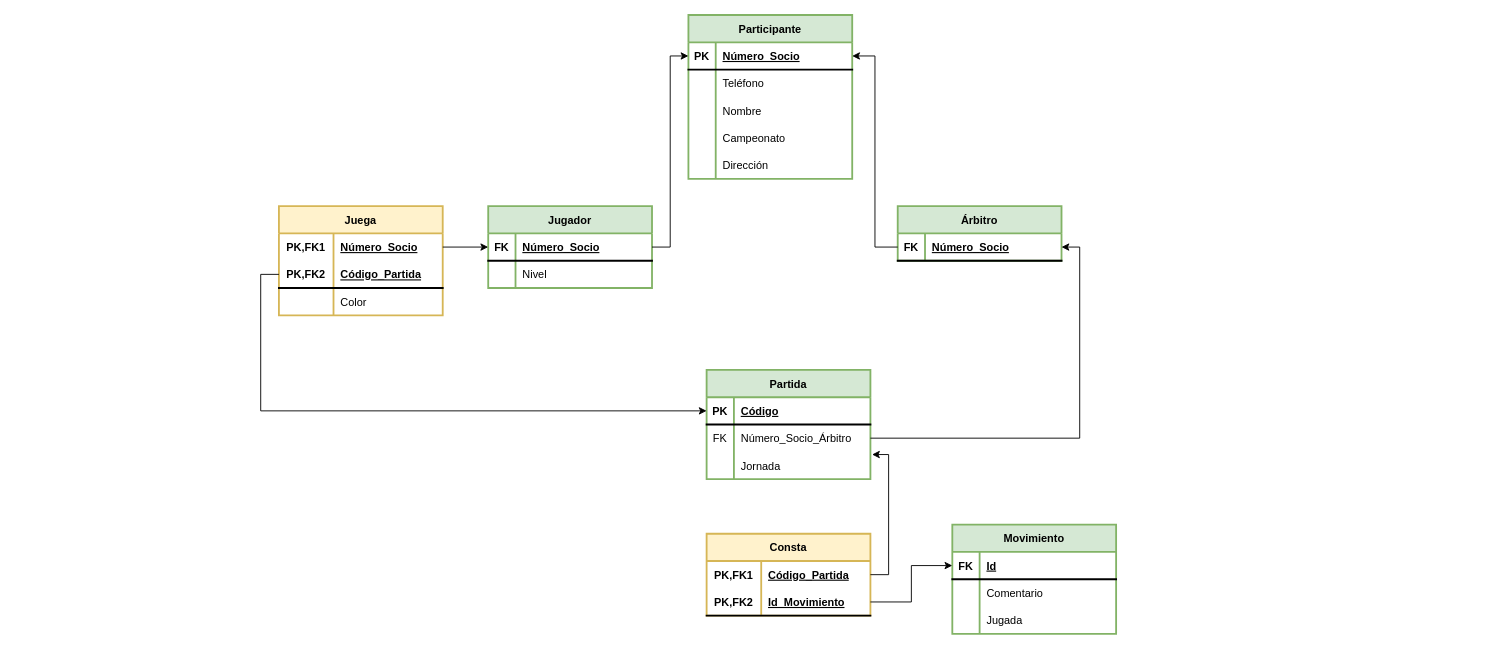
Before: Tablas/Tarea 9.drawio in Carball04/Trabajos-E-R, a draw.io diagram. Source tidied: cells renumbered, new cells numbered last; positions are measured from the earlier drawing's top-left corner, leaving out a move shared by most shapes. Both pictures are drawn from the tidied source at 91%, with x=0, y=0 at pixel (278, 15).
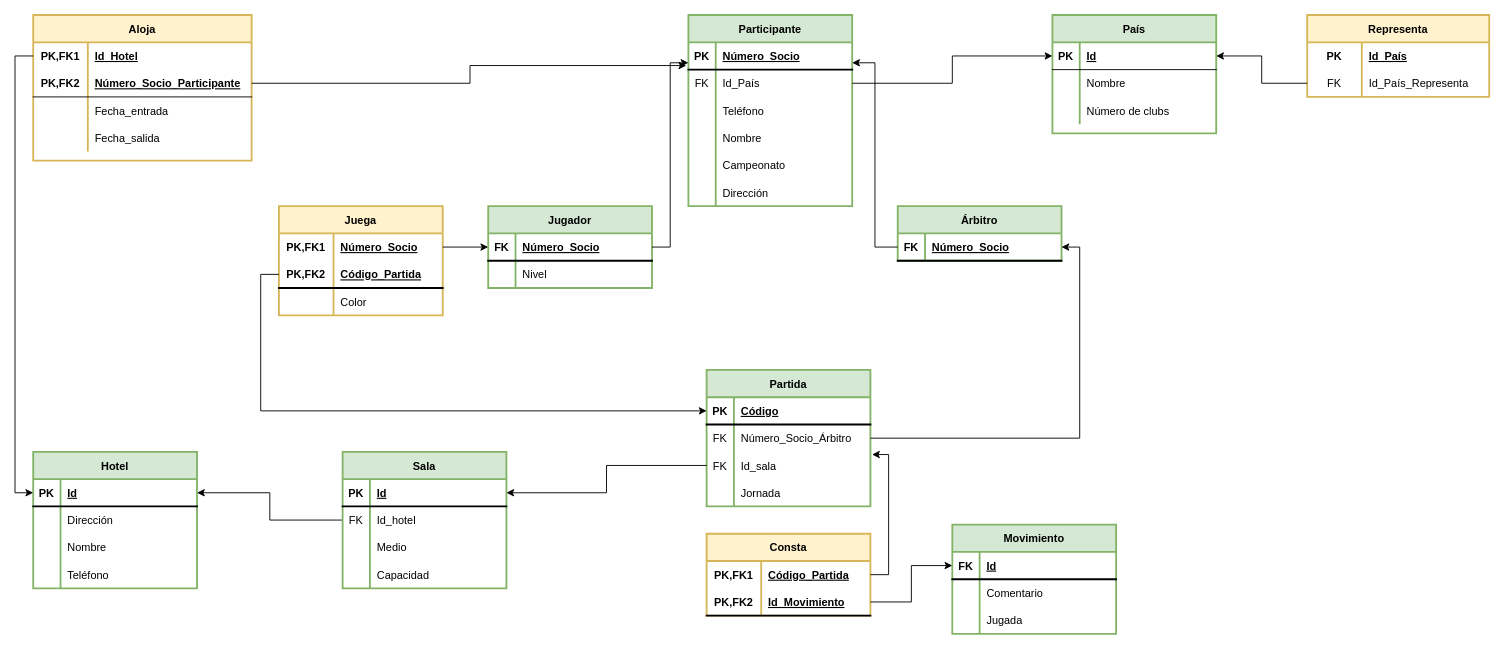
After the change.

The change refers to these unchanged cells:
```xml
<mxCell id="3" style="shape=tableRow;horizontal=0;startSize=0;swimlaneHead=0;swimlaneBody=0;fillColor=none;points=[[0,0.5],[1,0.5]];portConstraint=eastwest;top=0;left=0;right=0;bottom=1;strokeWidth=2;" parent="2" vertex="1">
  <mxGeometry y="30" width="180" height="30" as="geometry" />
</mxCell>
```

Change to the diagram source:
```diff
@@
     <mxCell id="2" value="Participante" style="shape=table;startSize=30;childLayout=tableLayout;rowLines=0;fontStyle=1;align=center;strokeWidth=2;fillColor=#d5e8d4;strokeColor=#82b366;" parent="1" vertex="1">
-      <mxGeometry x="450" width="180" height="180" as="geometry" />
+      <mxGeometry x="450" width="180" height="210" as="geometry" />
     </mxCell>
@@
+    <mxCell id="73" style="shape=tableRow;horizontal=0;startSize=0;swimlaneHead=0;swimlaneBody=0;fillColor=none;points=[[0,0.5],[1,0.5]];portConstraint=eastwest;top=0;left=0;right=0;bottom=0;strokeWidth=2;" parent="2" vertex="1">
+      <mxGeometry y="60" width="180" height="30" as="geometry" />
+    </mxCell>
+    <mxCell id="74" value="FK" style="shape=partialRectangle;fillColor=none;top=0;left=0;bottom=0;right=0;fontStyle=0;overflow=hidden;strokeWidth=2;" parent="73" vertex="1">
+      <mxGeometry width="30" height="30" as="geometry" />
+    </mxCell>
+    <mxCell id="75" value="Id_País" style="shape=partialRectangle;fillColor=none;top=0;left=0;bottom=0;right=0;align=left;spacingLeft=6;fontStyle=0;overflow=hidden;strokeWidth=2;" parent="73" vertex="1">
+      <mxGeometry x="30" width="150" height="30" as="geometry" />
+    </mxCell>
     <mxCell id="6" style="shape=tableRow;horizontal=0;startSize=0;swimlaneHead=0;swimlaneBody=0;fillColor=none;top=0;left=0;right=0;bottom=0;strokeWidth=2;" parent="2" vertex="1">
-      <mxGeometry y="60" width="180" height="30" as="geometry" />
+      <mxGeometry y="90" width="180" height="30" as="geometry" />
     </mxCell>
@@
     <mxCell id="9" style="shape=tableRow;horizontal=0;startSize=0;swimlaneHead=0;swimlaneBody=0;fillColor=none;top=0;left=0;right=0;bottom=0;strokeWidth=2;" parent="2" vertex="1">
-      <mxGeometry y="90" width="180" height="30" as="geometry" />
+      <mxGeometry y="120" width="180" height="30" as="geometry" />
     </mxCell>
@@
     <mxCell id="12" style="shape=tableRow;horizontal=0;startSize=0;swimlaneHead=0;swimlaneBody=0;fillColor=none;top=0;left=0;right=0;bottom=0;strokeWidth=2;" parent="2" vertex="1">
-      <mxGeometry y="120" width="180" height="30" as="geometry" />
+      <mxGeometry y="150" width="180" height="30" as="geometry" />
     </mxCell>
@@
     <mxCell id="15" style="shape=tableRow;horizontal=0;startSize=0;swimlaneHead=0;swimlaneBody=0;fillColor=none;top=0;left=0;right=0;bottom=0;strokeWidth=2;" parent="2" vertex="1">
-      <mxGeometry y="150" width="180" height="30" as="geometry" />
+      <mxGeometry y="180" width="180" height="30" as="geometry" />
     </mxCell>
@@
     <mxCell id="42" value="Partida" style="shape=table;startSize=30;childLayout=tableLayout;rowLines=0;fontStyle=1;align=center;strokeWidth=2;fillColor=#d5e8d4;strokeColor=#82b366;" parent="1" vertex="1">
-      <mxGeometry x="470" y="390" width="180" height="120" as="geometry" />
+      <mxGeometry x="470" y="390" width="180" height="150" as="geometry" />
     </mxCell>
@@
+    <mxCell id="76" style="shape=tableRow;horizontal=0;startSize=0;swimlaneHead=0;swimlaneBody=0;fillColor=none;points=[[0,0.5],[1,0.5]];portConstraint=eastwest;top=0;left=0;right=0;bottom=0;" parent="42" vertex="1">
+      <mxGeometry y="90" width="180" height="30" as="geometry" />
+    </mxCell>
+    <mxCell id="77" value="FK" style="shape=partialRectangle;fillColor=none;top=0;left=0;bottom=0;right=0;fontStyle=0;overflow=hidden;" parent="76" vertex="1">
+      <mxGeometry width="30" height="30" as="geometry" />
+    </mxCell>
+    <mxCell id="78" value="Id_sala" style="shape=partialRectangle;fillColor=none;top=0;left=0;bottom=0;right=0;align=left;spacingLeft=6;fontStyle=0;overflow=hidden;" parent="76" vertex="1">
+      <mxGeometry x="30" width="150" height="30" as="geometry" />
+    </mxCell>
     <mxCell id="49" style="shape=tableRow;horizontal=0;startSize=0;swimlaneHead=0;swimlaneBody=0;fillColor=none;top=0;left=0;right=0;bottom=0;strokeWidth=2;" parent="42" vertex="1">
-      <mxGeometry y="90" width="180" height="30" as="geometry" />
+      <mxGeometry y="120" width="180" height="30" as="geometry" />
     </mxCell>
@@
+    <mxCell id="79" style="edgeStyle=orthogonalEdgeStyle;rounded=0;jettySize=auto;html=1;exitX=0;exitY=0.5;exitDx=0;exitDy=0;entryX=1;entryY=0.5;entryDx=0;entryDy=0;" parent="1" edge="1" source="80" target="95">
+      <mxGeometry relative="1" as="geometry" />
+    </mxCell>
+    <mxCell id="80" value="Sala" style="shape=table;startSize=30;childLayout=tableLayout;rowLines=0;fontStyle=1;align=center;strokeWidth=2;fillColor=#d5e8d4;strokeColor=#82b366;" parent="1" vertex="1">
+      <mxGeometry x="70" y="480" width="180" height="150" as="geometry" />
+    </mxCell>
+    <mxCell id="81" style="shape=tableRow;horizontal=0;startSize=0;swimlaneHead=0;swimlaneBody=0;fillColor=none;points=[[0,0.5],[1,0.5]];portConstraint=eastwest;top=0;left=0;right=0;bottom=1;strokeWidth=2;" parent="80" vertex="1">
+      <mxGeometry y="30" width="180" height="30" as="geometry" />
+    </mxCell>
+    <mxCell id="82" value="PK" style="shape=partialRectangle;fillColor=none;top=0;left=0;bottom=0;right=0;fontStyle=1;overflow=hidden;strokeWidth=2;" parent="81" vertex="1">
+      <mxGeometry width="30" height="30" as="geometry" />
+    </mxCell>
+    <mxCell id="83" value="Id" style="shape=partialRectangle;fillColor=none;top=0;left=0;bottom=0;right=0;align=left;spacingLeft=6;fontStyle=5;overflow=hidden;strokeWidth=2;" parent="81" vertex="1">
+      <mxGeometry x="30" width="150" height="30" as="geometry" />
+    </mxCell>
+    <mxCell id="84" style="shape=tableRow;horizontal=0;startSize=0;swimlaneHead=0;swimlaneBody=0;fillColor=none;top=0;left=0;right=0;bottom=0;" parent="80" vertex="1">
+      <mxGeometry y="60" width="180" height="30" as="geometry" />
+    </mxCell>
+    <mxCell id="85" value="FK" style="shape=partialRectangle;fillColor=none;top=0;left=0;bottom=0;right=0;fontStyle=0;overflow=hidden;" parent="84" vertex="1">
+      <mxGeometry width="30" height="30" as="geometry" />
+    </mxCell>
+    <mxCell id="86" value="Id_hotel" style="shape=partialRectangle;fillColor=none;top=0;left=0;bottom=0;right=0;align=left;spacingLeft=6;fontStyle=0;overflow=hidden;" parent="84" vertex="1">
+      <mxGeometry x="30" width="150" height="30" as="geometry" />
+    </mxCell>
+    <mxCell id="87" style="shape=tableRow;horizontal=0;startSize=0;swimlaneHead=0;swimlaneBody=0;fillColor=none;top=0;left=0;right=0;bottom=0;strokeWidth=2;" parent="80" vertex="1">
+      <mxGeometry y="90" width="180" height="30" as="geometry" />
+    </mxCell>
+    <mxCell id="88" style="shape=partialRectangle;fillColor=none;top=0;left=0;bottom=0;right=0;fontStyle=0;overflow=hidden;strokeWidth=2;" parent="87" vertex="1">
+      <mxGeometry width="30" height="30" as="geometry" />
+    </mxCell>
+    <mxCell id="89" value="Medio" style="shape=partialRectangle;fillColor=none;top=0;left=0;bottom=0;right=0;align=left;spacingLeft=6;fontStyle=0;overflow=hidden;strokeWidth=2;" parent="87" vertex="1">
+      <mxGeometry x="30" width="150" height="30" as="geometry" />
+    </mxCell>
+    <mxCell id="90" style="shape=tableRow;horizontal=0;startSize=0;swimlaneHead=0;swimlaneBody=0;fillColor=none;top=0;left=0;right=0;bottom=0;strokeWidth=2;" parent="80" vertex="1">
+      <mxGeometry y="120" width="180" height="30" as="geometry" />
+    </mxCell>
+    <mxCell id="91" style="shape=partialRectangle;fillColor=none;top=0;left=0;bottom=0;right=0;overflow=hidden;strokeWidth=2;" parent="90" vertex="1">
+      <mxGeometry width="30" height="30" as="geometry" />
+    </mxCell>
+    <mxCell id="92" value="Capacidad" style="shape=partialRectangle;fillColor=none;top=0;left=0;bottom=0;right=0;align=left;spacingLeft=6;overflow=hidden;strokeWidth=2;" parent="90" vertex="1">
+      <mxGeometry x="30" width="150" height="30" as="geometry" />
+    </mxCell>
+    <mxCell id="93" style="edgeStyle=orthogonalEdgeStyle;rounded=0;jettySize=auto;html=1;exitX=0;exitY=0.5;exitDx=0;exitDy=0;entryX=1;entryY=0.5;entryDx=0;entryDy=0;" parent="1" edge="1" source="76" target="81">
+      <mxGeometry relative="1" as="geometry" />
+    </mxCell>
+    <mxCell id="94" value="Hotel" style="shape=table;startSize=30;childLayout=tableLayout;rowLines=0;fontStyle=1;align=center;strokeWidth=2;fillColor=#d5e8d4;strokeColor=#82b366;" parent="1" vertex="1">
+      <mxGeometry x="-270" y="480" width="180" height="150" as="geometry" />
+    </mxCell>
+    <mxCell id="95" style="shape=tableRow;horizontal=0;startSize=0;swimlaneHead=0;swimlaneBody=0;fillColor=none;points=[[0,0.5],[1,0.5]];portConstraint=eastwest;top=0;left=0;right=0;bottom=1;strokeWidth=2;" parent="94" vertex="1">
+      <mxGeometry y="30" width="180" height="30" as="geometry" />
+    </mxCell>
+    <mxCell id="96" value="PK" style="shape=partialRectangle;fillColor=none;top=0;left=0;bottom=0;right=0;fontStyle=1;overflow=hidden;strokeWidth=2;" parent="95" vertex="1">
+      <mxGeometry width="30" height="30" as="geometry" />
+    </mxCell>
+    <mxCell id="97" value="Id" style="shape=partialRectangle;fillColor=none;top=0;left=0;bottom=0;right=0;align=left;spacingLeft=6;fontStyle=5;overflow=hidden;strokeWidth=2;" parent="95" vertex="1">
+      <mxGeometry x="30" width="150" height="30" as="geometry" />
+    </mxCell>
+    <mxCell id="98" style="shape=tableRow;horizontal=0;startSize=0;swimlaneHead=0;swimlaneBody=0;fillColor=none;top=0;left=0;right=0;bottom=0;strokeWidth=2;" parent="94" vertex="1">
+      <mxGeometry y="60" width="180" height="30" as="geometry" />
+    </mxCell>
+    <mxCell id="99" style="shape=partialRectangle;fillColor=none;top=0;left=0;bottom=0;right=0;fontStyle=0;overflow=hidden;strokeWidth=2;" parent="98" vertex="1">
+      <mxGeometry width="30" height="30" as="geometry" />
+    </mxCell>
+    <mxCell id="100" value="Dirección" style="shape=partialRectangle;fillColor=none;top=0;left=0;bottom=0;right=0;align=left;spacingLeft=6;fontStyle=0;overflow=hidden;strokeWidth=2;" parent="98" vertex="1">
+      <mxGeometry x="30" width="150" height="30" as="geometry" />
+    </mxCell>
+    <mxCell id="101" style="shape=tableRow;horizontal=0;startSize=0;swimlaneHead=0;swimlaneBody=0;fillColor=none;top=0;left=0;right=0;bottom=0;strokeWidth=2;" parent="94" vertex="1">
+      <mxGeometry y="90" width="180" height="30" as="geometry" />
+    </mxCell>
+    <mxCell id="102" style="shape=partialRectangle;fillColor=none;top=0;left=0;bottom=0;right=0;overflow=hidden;strokeWidth=2;" parent="101" vertex="1">
+      <mxGeometry width="30" height="30" as="geometry" />
+    </mxCell>
+    <mxCell id="103" value="Nombre" style="shape=partialRectangle;fillColor=none;top=0;left=0;bottom=0;right=0;align=left;spacingLeft=6;overflow=hidden;strokeWidth=2;" parent="101" vertex="1">
+      <mxGeometry x="30" width="150" height="30" as="geometry" />
+    </mxCell>
+    <mxCell id="104" style="shape=tableRow;horizontal=0;startSize=0;swimlaneHead=0;swimlaneBody=0;fillColor=none;top=0;left=0;right=0;bottom=0;" parent="94" vertex="1">
+      <mxGeometry y="120" width="180" height="30" as="geometry" />
+    </mxCell>
+    <mxCell id="105" style="shape=partialRectangle;fillColor=none;top=0;left=0;bottom=0;right=0;overflow=hidden;" parent="104" vertex="1">
+      <mxGeometry width="30" height="30" as="geometry" />
+    </mxCell>
+    <mxCell id="106" value="Teléfono" style="shape=partialRectangle;fillColor=none;top=0;left=0;bottom=0;right=0;align=left;spacingLeft=6;overflow=hidden;" parent="104" vertex="1">
+      <mxGeometry x="30" width="150" height="30" as="geometry" />
+    </mxCell>
+    <mxCell id="107" value="Aloja" style="shape=table;startSize=30;childLayout=tableLayout;rowLines=0;fontStyle=1;align=center;fillColor=#fff2cc;strokeColor=#d6b656;strokeWidth=2;" parent="1" vertex="1">
+      <mxGeometry x="-270" width="240" height="160" as="geometry" />
+    </mxCell>
+    <mxCell id="108" style="shape=tableRow;horizontal=0;startSize=0;swimlaneHead=0;swimlaneBody=0;fillColor=none;points=[[0,0.5],[1,0.5]];portConstraint=eastwest;top=0;left=0;right=0;bottom=0;" parent="107" vertex="1">
+      <mxGeometry y="30" width="240" height="30" as="geometry" />
+    </mxCell>
+    <mxCell id="109" value="PK,FK1" style="shape=partialRectangle;fillColor=none;top=0;left=0;bottom=0;right=0;fontStyle=1;overflow=hidden;" parent="108" vertex="1">
+      <mxGeometry width="60" height="30" as="geometry" />
+    </mxCell>
+    <mxCell id="110" value="Id_Hotel" style="shape=partialRectangle;fillColor=none;top=0;left=0;bottom=0;right=0;align=left;spacingLeft=6;fontStyle=5;overflow=hidden;" parent="108" vertex="1">
+      <mxGeometry x="60" width="180" height="30" as="geometry" />
+    </mxCell>
+    <mxCell id="111" style="shape=tableRow;horizontal=0;startSize=0;swimlaneHead=0;swimlaneBody=0;fillColor=none;points=[[0,0.5],[1,0.5]];portConstraint=eastwest;top=0;left=0;right=0;bottom=1;" parent="107" vertex="1">
+      <mxGeometry y="60" width="240" height="30" as="geometry" />
+    </mxCell>
+    <mxCell id="112" value="PK,FK2" style="shape=partialRectangle;fillColor=none;top=0;left=0;bottom=0;right=0;fontStyle=1;overflow=hidden;" parent="111" vertex="1">
+      <mxGeometry width="60" height="30" as="geometry" />
+    </mxCell>
+    <mxCell id="113" value="Número_Socio_Participante" style="shape=partialRectangle;fillColor=none;top=0;left=0;bottom=0;right=0;align=left;spacingLeft=6;fontStyle=5;overflow=hidden;" parent="111" vertex="1">
+      <mxGeometry x="60" width="180" height="30" as="geometry" />
+    </mxCell>
+    <mxCell id="114" style="shape=tableRow;horizontal=0;startSize=0;swimlaneHead=0;swimlaneBody=0;fillColor=none;top=0;left=0;right=0;bottom=0;" parent="107" vertex="1">
+      <mxGeometry y="90" width="240" height="30" as="geometry" />
+    </mxCell>
+    <mxCell id="115" style="shape=partialRectangle;fillColor=none;top=0;left=0;bottom=0;right=0;overflow=hidden;" parent="114" vertex="1">
+      <mxGeometry width="60" height="30" as="geometry" />
+    </mxCell>
+    <mxCell id="116" value="Fecha_entrada" style="shape=partialRectangle;fillColor=none;top=0;left=0;bottom=0;right=0;align=left;spacingLeft=6;overflow=hidden;" parent="114" vertex="1">
+      <mxGeometry x="60" width="180" height="30" as="geometry" />
+    </mxCell>
+    <mxCell id="117" style="shape=tableRow;horizontal=0;startSize=0;swimlaneHead=0;swimlaneBody=0;fillColor=none;top=0;left=0;right=0;bottom=0;" parent="107" vertex="1">
+      <mxGeometry y="120" width="240" height="30" as="geometry" />
+    </mxCell>
+    <mxCell id="118" style="shape=partialRectangle;fillColor=none;top=0;left=0;bottom=0;right=0;overflow=hidden;" parent="117" vertex="1">
+      <mxGeometry width="60" height="30" as="geometry" />
+    </mxCell>
+    <mxCell id="119" value="Fecha_salida" style="shape=partialRectangle;fillColor=none;top=0;left=0;bottom=0;right=0;align=left;spacingLeft=6;overflow=hidden;" parent="117" vertex="1">
+      <mxGeometry x="60" width="180" height="30" as="geometry" />
+    </mxCell>
+    <mxCell id="120" style="edgeStyle=orthogonalEdgeStyle;rounded=0;jettySize=auto;html=1;exitX=0;exitY=0.5;exitDx=0;exitDy=0;entryX=0;entryY=0.5;entryDx=0;entryDy=0;" parent="1" edge="1" source="108" target="95">
+      <mxGeometry relative="1" as="geometry" />
+    </mxCell>
+    <mxCell id="121" style="edgeStyle=orthogonalEdgeStyle;rounded=0;jettySize=auto;html=1;exitX=1;exitY=0.5;exitDx=0;exitDy=0;entryX=-0.013;entryY=0.851;entryDx=0;entryDy=0;entryPerimeter=0;" parent="1" edge="1" source="111" target="3">
+      <mxGeometry relative="1" as="geometry" />
+    </mxCell>
+    <mxCell id="122" value="País" style="shape=table;startSize=30;childLayout=tableLayout;rowLines=0;fontStyle=1;align=center;strokeWidth=2;fillColor=#d5e8d4;strokeColor=#82b366;" parent="1" vertex="1">
+      <mxGeometry x="850" width="180" height="130" as="geometry" />
+    </mxCell>
+    <mxCell id="123" style="shape=tableRow;horizontal=0;startSize=0;swimlaneHead=0;swimlaneBody=0;fillColor=none;points=[[0,0.5],[1,0.5]];portConstraint=eastwest;top=0;left=0;right=0;bottom=1;" parent="122" vertex="1">
+      <mxGeometry y="30" width="180" height="30" as="geometry" />
+    </mxCell>
+    <mxCell id="124" value="PK" style="shape=partialRectangle;fillColor=none;top=0;left=0;bottom=0;right=0;fontStyle=1;overflow=hidden;" parent="123" vertex="1">
+      <mxGeometry width="30" height="30" as="geometry" />
+    </mxCell>
+    <mxCell id="125" value="Id" style="shape=partialRectangle;fillColor=none;top=0;left=0;bottom=0;right=0;align=left;spacingLeft=6;fontStyle=5;overflow=hidden;" parent="123" vertex="1">
+      <mxGeometry x="30" width="150" height="30" as="geometry" />
+    </mxCell>
+    <mxCell id="126" style="shape=tableRow;horizontal=0;startSize=0;swimlaneHead=0;swimlaneBody=0;fillColor=none;top=0;left=0;right=0;bottom=0;" parent="122" vertex="1">
+      <mxGeometry y="60" width="180" height="30" as="geometry" />
+    </mxCell>
+    <mxCell id="127" style="shape=partialRectangle;fillColor=none;top=0;left=0;bottom=0;right=0;overflow=hidden;" parent="126" vertex="1">
+      <mxGeometry width="30" height="30" as="geometry" />
+    </mxCell>
+    <mxCell id="128" value="Nombre" style="shape=partialRectangle;fillColor=none;top=0;left=0;bottom=0;right=0;align=left;spacingLeft=6;overflow=hidden;" parent="126" vertex="1">
+      <mxGeometry x="30" width="150" height="30" as="geometry" />
+    </mxCell>
+    <mxCell id="129" style="shape=tableRow;horizontal=0;startSize=0;swimlaneHead=0;swimlaneBody=0;fillColor=none;top=0;left=0;right=0;bottom=0;" parent="122" vertex="1">
+      <mxGeometry y="90" width="180" height="30" as="geometry" />
+    </mxCell>
+    <mxCell id="130" style="shape=partialRectangle;fillColor=none;top=0;left=0;bottom=0;right=0;overflow=hidden;" parent="129" vertex="1">
+      <mxGeometry width="30" height="30" as="geometry" />
+    </mxCell>
+    <mxCell id="131" value="Número de clubs" style="shape=partialRectangle;fillColor=none;top=0;left=0;bottom=0;right=0;align=left;spacingLeft=6;overflow=hidden;" parent="129" vertex="1">
+      <mxGeometry x="30" width="150" height="30" as="geometry" />
+    </mxCell>
+    <mxCell id="132" style="edgeStyle=orthogonalEdgeStyle;rounded=0;jettySize=auto;html=1;exitX=1;exitY=0.5;exitDx=0;exitDy=0;entryX=0;entryY=0.5;entryDx=0;entryDy=0;" parent="1" edge="1" source="73" target="123">
+      <mxGeometry relative="1" as="geometry" />
+    </mxCell>
+    <mxCell id="133" value="Representa" style="shape=table;startSize=30;childLayout=tableLayout;rowLines=0;fontStyle=1;align=center;strokeWidth=2;fillColor=#fff2cc;strokeColor=#d6b656;" parent="1" vertex="1">
+      <mxGeometry x="1130" width="200" height="90" as="geometry" />
+    </mxCell>
+    <mxCell id="134" style="shape=tableRow;horizontal=0;startSize=0;swimlaneHead=0;swimlaneBody=0;fillColor=none;top=0;left=0;right=0;bottom=0;strokeWidth=2;" parent="133" vertex="1">
+      <mxGeometry y="30" width="200" height="30" as="geometry" />
+    </mxCell>
+    <mxCell id="135" value="PK" style="shape=partialRectangle;fillColor=none;top=0;left=0;bottom=0;right=0;fontStyle=1;overflow=hidden;strokeWidth=2;" parent="134" vertex="1">
+      <mxGeometry width="60" height="30" as="geometry" />
+    </mxCell>
+    <mxCell id="136" value="Id_País" style="shape=partialRectangle;fillColor=none;top=0;left=0;bottom=0;right=0;align=left;spacingLeft=6;fontStyle=5;overflow=hidden;strokeWidth=2;" parent="134" vertex="1">
+      <mxGeometry x="60" width="140" height="30" as="geometry" />
+    </mxCell>
+    <mxCell id="137" style="shape=tableRow;horizontal=0;startSize=0;swimlaneHead=0;swimlaneBody=0;fillColor=none;points=[[0,0.5],[1,0.5]];portConstraint=eastwest;top=0;left=0;right=0;bottom=0;strokeWidth=2;" parent="133" vertex="1">
+      <mxGeometry y="60" width="200" height="30" as="geometry" />
+    </mxCell>
+    <mxCell id="138" value="FK" style="shape=partialRectangle;fillColor=none;top=0;left=0;bottom=0;right=0;fontStyle=0;overflow=hidden;strokeWidth=2;" parent="137" vertex="1">
+      <mxGeometry width="60" height="30" as="geometry" />
+    </mxCell>
+    <mxCell id="139" value="Id_País_Representa" style="shape=partialRectangle;fillColor=none;top=0;left=0;bottom=0;right=0;align=left;spacingLeft=6;fontStyle=0;overflow=hidden;strokeWidth=2;" parent="137" vertex="1">
+      <mxGeometry x="60" width="140" height="30" as="geometry" />
+    </mxCell>
+    <mxCell id="140" style="edgeStyle=orthogonalEdgeStyle;rounded=0;jettySize=auto;html=1;exitX=0;exitY=0.5;exitDx=0;exitDy=0;entryX=1;entryY=0.5;entryDx=0;entryDy=0;" parent="1" edge="1" source="137" target="123">
+      <mxGeometry relative="1" as="geometry" />
+    </mxCell>
```
